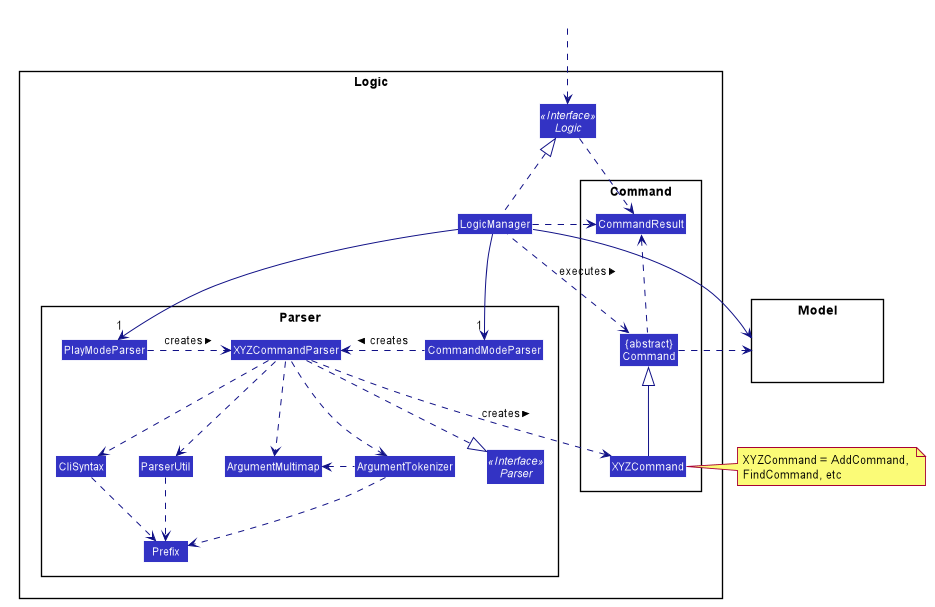
Before: docs/images/LogicClassDiagram.png, a diagram exported from PlantUML (vigneshbhuvan-nus/tp).
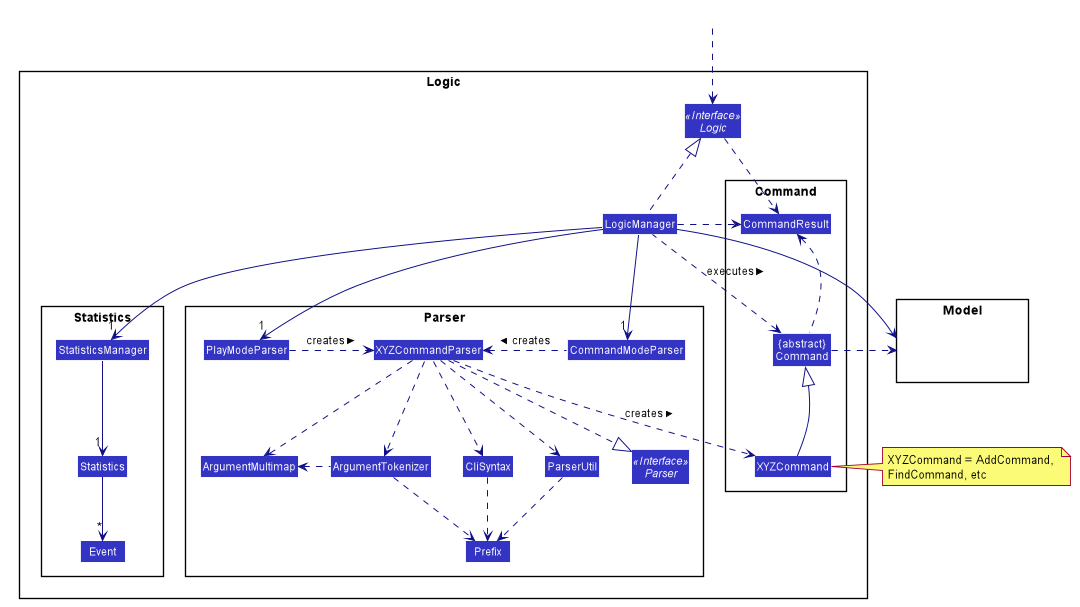
Above is the later version.

Commit message:
Add Statistics to logic diagram

Change to the diagram source:
```diff
@@ -65,6 +65,14 @@
 Class Prefix
 }
 
+package Statistics {
+Class Statistics
+Class StatisticsManager
+Class Event{
+ String EventType
+}
+}
+
 package Command {
 Class XYZCommand
 Class CommandResult
@@ -79,8 +87,13 @@
 Class HiddenModel #FFFFFF
 }
 
+
 Class HiddenOutside #FFFFFF
 HiddenOutside ..> Logic
+
+LogicManager -->"1" StatisticsManager
+StatisticsManager -->"1" Statistics
+Statistics -->"*" Event
 
 LogicManager .up.|> Logic
 LogicManager -->"1" CommandModeParser
```
